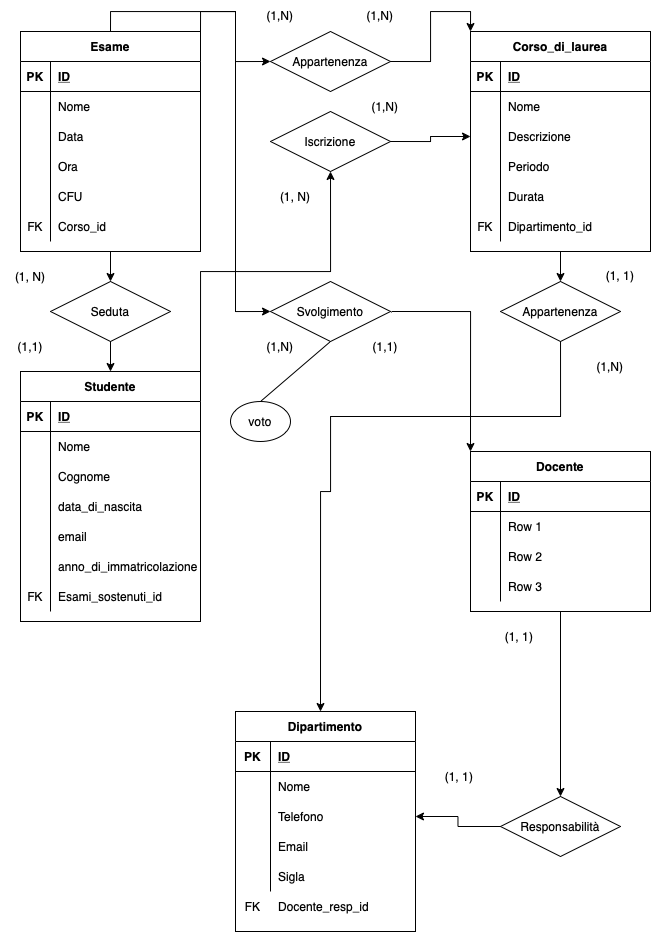
Before: db-university.png, a diagram exported from draw.io (Michelangelo1999/db-university). Source tidied: cells renumbered, new cells last; positions are measured from the earlier drawing's top-left corner, leaving out a move shared by most shapes.
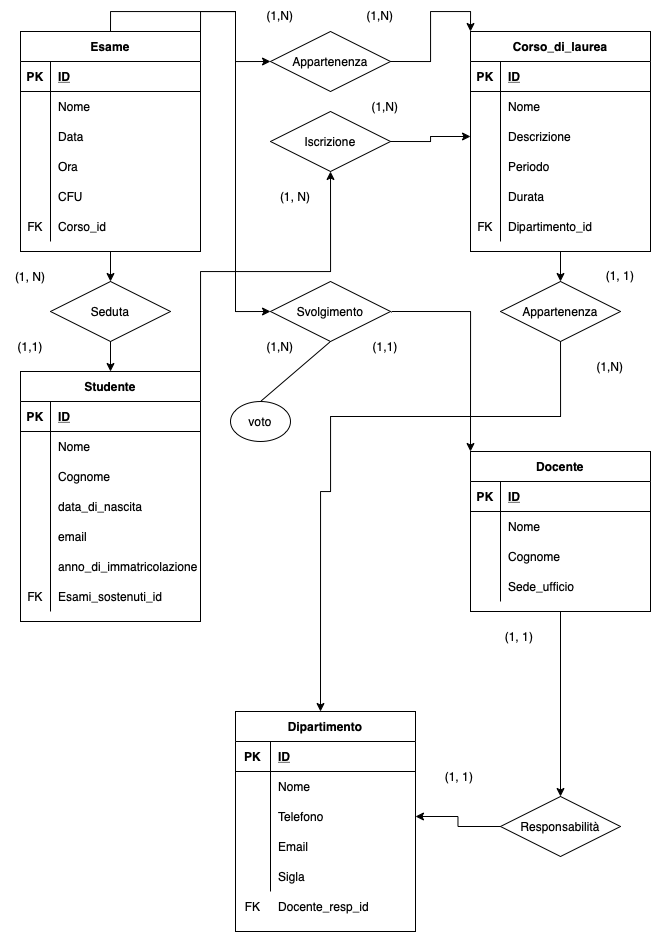
After the commit.

Commit message:
complete er-scheme

Change to the diagram source:
```diff
@@ -218,7 +218,7 @@
     <mxCell id="73" style="shape=partialRectangle;fillColor=none;top=0;left=0;bottom=0;right=0;overflow=hidden;" parent="72" vertex="1">
       <mxGeometry width="30" height="30" as="geometry" />
     </mxCell>
-    <mxCell id="74" value="Row 1" style="shape=partialRectangle;fillColor=none;top=0;left=0;bottom=0;right=0;align=left;spacingLeft=6;overflow=hidden;" parent="72" vertex="1">
+    <mxCell id="74" value="Nome" style="shape=partialRectangle;fillColor=none;top=0;left=0;bottom=0;right=0;align=left;spacingLeft=6;overflow=hidden;" parent="72" vertex="1">
       <mxGeometry x="30" width="150" height="30" as="geometry" />
     </mxCell>
     <mxCell id="75" style="shape=tableRow;horizontal=0;startSize=0;swimlaneHead=0;swimlaneBody=0;fillColor=none;top=0;left=0;right=0;bottom=0;" parent="68" vertex="1">
@@ -227,7 +227,7 @@
     <mxCell id="76" style="shape=partialRectangle;fillColor=none;top=0;left=0;bottom=0;right=0;overflow=hidden;" parent="75" vertex="1">
       <mxGeometry width="30" height="30" as="geometry" />
     </mxCell>
-    <mxCell id="77" value="Row 2" style="shape=partialRectangle;fillColor=none;top=0;left=0;bottom=0;right=0;align=left;spacingLeft=6;overflow=hidden;" parent="75" vertex="1">
+    <mxCell id="77" value="Cognome" style="shape=partialRectangle;fillColor=none;top=0;left=0;bottom=0;right=0;align=left;spacingLeft=6;overflow=hidden;" parent="75" vertex="1">
       <mxGeometry x="30" width="150" height="30" as="geometry" />
     </mxCell>
     <mxCell id="78" style="shape=tableRow;horizontal=0;startSize=0;swimlaneHead=0;swimlaneBody=0;fillColor=none;top=0;left=0;right=0;bottom=0;" parent="68" vertex="1">
@@ -236,7 +236,7 @@
     <mxCell id="79" style="shape=partialRectangle;fillColor=none;top=0;left=0;bottom=0;right=0;overflow=hidden;" parent="78" vertex="1">
       <mxGeometry width="30" height="30" as="geometry" />
     </mxCell>
-    <mxCell id="80" value="Row 3" style="shape=partialRectangle;fillColor=none;top=0;left=0;bottom=0;right=0;align=left;spacingLeft=6;overflow=hidden;" parent="78" vertex="1">
+    <mxCell id="80" value="Sede_ufficio" style="shape=partialRectangle;fillColor=none;top=0;left=0;bottom=0;right=0;align=left;spacingLeft=6;overflow=hidden;" parent="78" vertex="1">
       <mxGeometry x="30" width="150" height="30" as="geometry" />
     </mxCell>
     <mxCell id="81" value="Dipartimento" style="shape=table;startSize=30;rowLines=0;fontStyle=1;align=center;" parent="1" vertex="1">
```
